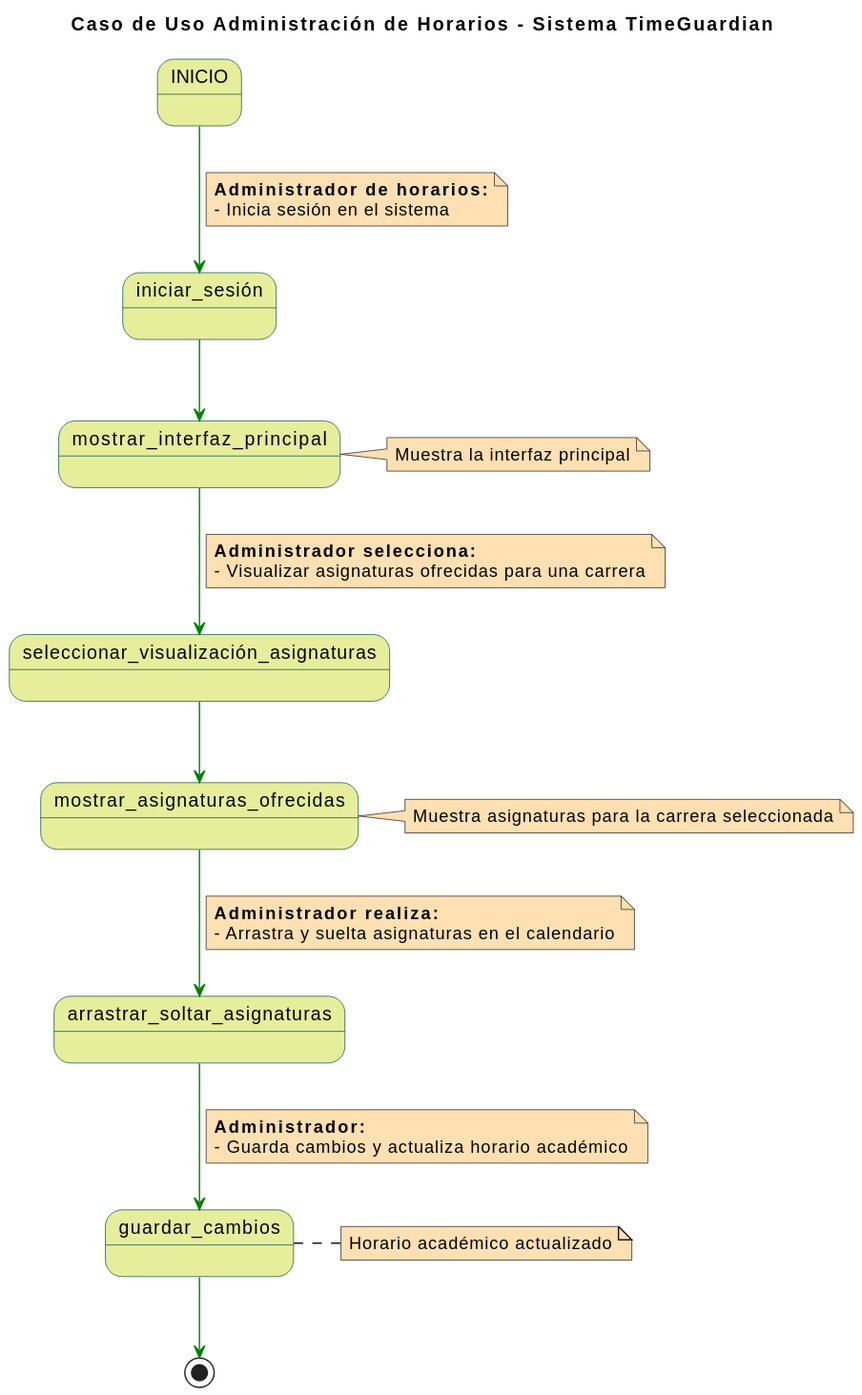
FernandoWilliam26/23-24-IdSw1-SDR keeps this PlantUML diagram as imagenes/Casos de Uso/Detalles Diagrama 1.svg. Above is the earlier version.
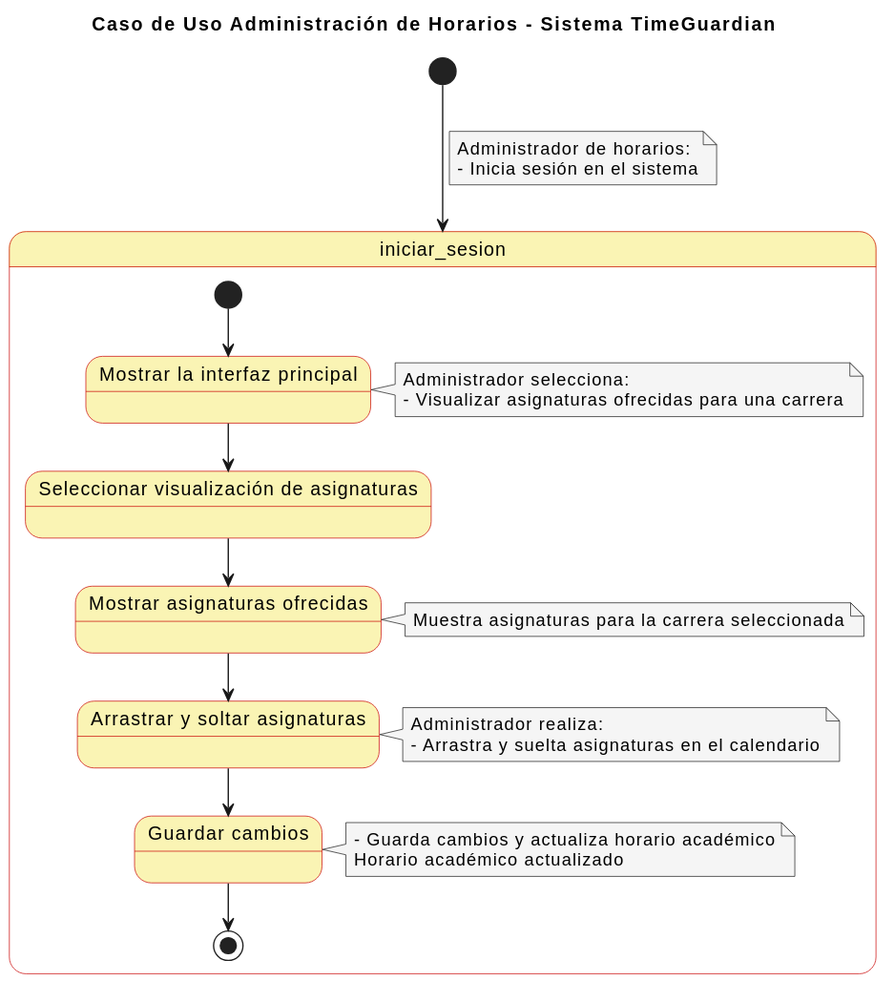
The same diagram one commit later.

Commit message:
Haciendo cambios en diferentes casos y detalles

What changed in the source:
```diff
@@ -1,53 +1,53 @@
 @startuml
 skinparam state {
-  BackgroundColor #e6ee9c
-  BorderColor #004d40
+  BackgroundColor #faf4b4
+  BorderColor #c90000
 }
 
 skinparam note {
-  BackgroundColor #ffe0b2
+  BackgroundColor #f5f5f5
 }
-
-skinparam linetype polyline
 
 title Caso de Uso Administración de Horarios - Sistema TimeGuardian
 
-INICIO -[#green]-> iniciar_sesión
+[*] --> iniciar_sesion
 note on link
-  **Administrador de horarios:**
+  Administrador de horarios:
   - Inicia sesión en el sistema
 end note
 
-iniciar_sesión -[#green]-> mostrar_interfaz_principal
-note right of mostrar_interfaz_principal
-  Muestra la interfaz principal
-end note
+state iniciar_sesion {
+  [*] --> mostrar_interfaz_principal
+  state "Mostrar la interfaz principal" as mostrar_interfaz_principal
 
-mostrar_interfaz_principal -[#green]-> seleccionar_visualización_asignaturas
-note on link
-  **Administrador selecciona:**
-  - Visualizar asignaturas ofrecidas para una carrera
-end note
+  mostrar_interfaz_principal --> seleccionar_visualización_asignaturas
+  note right of mostrar_interfaz_principal
+    Administrador selecciona:
+    - Visualizar asignaturas ofrecidas para una carrera
+  end note
 
-seleccionar_visualización_asignaturas -[#green]-> mostrar_asignaturas_ofrecidas
-note right of mostrar_asignaturas_ofrecidas
-  Muestra asignaturas para la carrera seleccionada
-end note
+  state "Seleccionar visualización de asignaturas" as seleccionar_visualización_asignaturas
 
-mostrar_asignaturas_ofrecidas -[#green]-> arrastrar_soltar_asignaturas
-note on link
-  **Administrador realiza:**
-  - Arrastra y suelta asignaturas en el calendario
-end note
+  seleccionar_visualización_asignaturas --> mostrar_asignaturas_ofrecidas
+  state "Mostrar asignaturas ofrecidas" as mostrar_asignaturas_ofrecidas
+  note right of mostrar_asignaturas_ofrecidas
+    Muestra asignaturas para la carrera seleccionada
+  end note
 
-arrastrar_soltar_asignaturas -[#green]-> guardar_cambios
-note on link
-  **Administrador:**
-  - Guarda cambios y actualiza horario académico
-end note
+  mostrar_asignaturas_ofrecidas --> arrastrar_soltar_asignaturas
+  state "Arrastrar y soltar asignaturas" as arrastrar_soltar_asignaturas
+  note right of arrastrar_soltar_asignaturas
+    Administrador realiza:
+    - Arrastra y suelta asignaturas en el calendario
+  end note
 
-guardar_cambios -[#green]-> [*]
-note right of guardar_cambios
-  Horario académico actualizado
-end note
+  arrastrar_soltar_asignaturas --> guardar_cambios
+  state "Guardar cambios" as guardar_cambios
+  note right of guardar_cambios
+    - Guarda cambios y actualiza horario académico
+    Horario académico actualizado
+  end note
+
+  guardar_cambios --> [*]
+}
 @enduml
```
